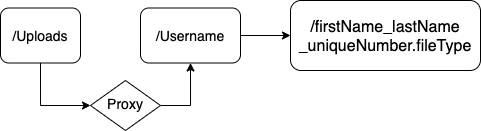
Before: ubuntu_webpack_server/image_path.png, a diagram exported from draw.io (maggiezhou06/camera). Source tidied: cells renumbered, new cells last; positions are measured from the earlier drawing's top-left corner, leaving out a move shared by most shapes.
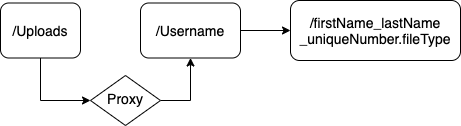
After the commit.

What changed in the source:
```diff
@@ -8,8 +8,8 @@
     <mxCell id="3" style="edgeStyle=orthogonalEdgeStyle;rounded=0;jettySize=auto;html=1;exitX=0.5;exitY=1;exitDx=0;exitDy=0;entryX=0;entryY=0.5;entryDx=0;entryDy=0;" parent="1" edge="1" source="2" target="6">
       <mxGeometry relative="1" as="geometry" />
     </mxCell>
-    <mxCell id="4" value="&lt;div&gt;&lt;font style=&quot;font-size: 14px&quot;&gt;&lt;br&gt;&lt;/font&gt;&lt;/div&gt;&lt;div&gt;&lt;font size=&quot;3&quot;&gt;/firstName_lastName&lt;/font&gt;&lt;/div&gt;&lt;div&gt;&lt;font size=&quot;3&quot;&gt;_uniqueNumber.fileType&lt;/font&gt;&lt;/div&gt;&lt;div&gt;&lt;br&gt;&lt;/div&gt;" style="rounded=1;whiteSpace=wrap;html=1;fontSize=12;glass=0;strokeWidth=1;shadow=0;" parent="1" vertex="1">
-      <mxGeometry x="290" width="190" height="70" as="geometry" />
+    <mxCell id="4" value="&lt;div&gt;&lt;/div&gt;&lt;br&gt;&lt;div&gt;&lt;font style=&quot;font-size: 14px&quot;&gt;/firstName_lastName&lt;/font&gt;&lt;/div&gt;&lt;div&gt;&lt;font style=&quot;font-size: 14px&quot;&gt;_uniqueNumber.fileType&lt;/font&gt;&lt;/div&gt;&lt;div&gt;&lt;br&gt;&lt;/div&gt;" style="rounded=1;whiteSpace=wrap;html=1;fontSize=12;glass=0;strokeWidth=1;shadow=0;" parent="1" vertex="1">
+      <mxGeometry x="290" y="5" width="170" height="60" as="geometry" />
     </mxCell>
     <mxCell id="5" style="edgeStyle=orthogonalEdgeStyle;rounded=0;jettySize=auto;html=1;exitX=1;exitY=0.5;exitDx=0;exitDy=0;entryX=0.5;entryY=1;entryDx=0;entryDy=0;" parent="1" edge="1" source="6" target="8">
       <mxGeometry relative="1" as="geometry" />
```
